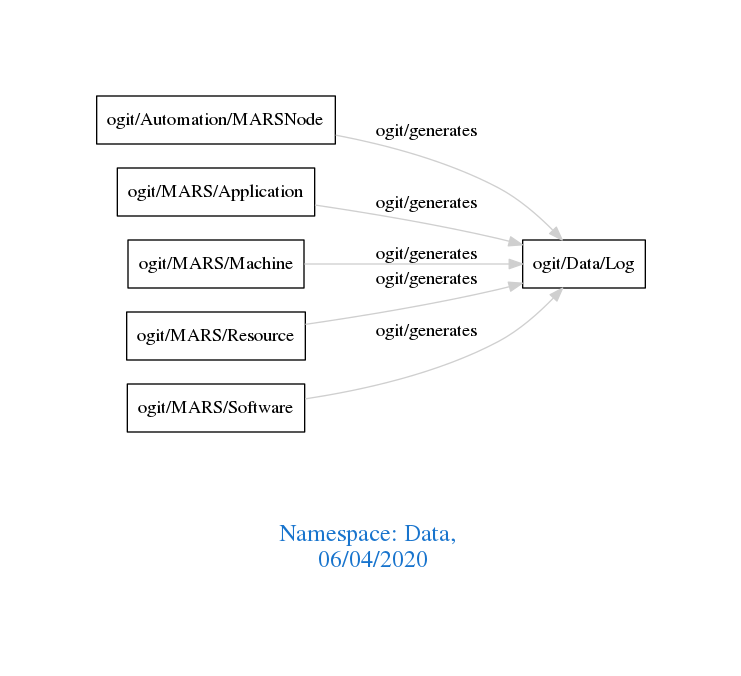
Before: downloads/Data.png, a diagram exported from Graphviz (arago/OGIT). Its source is kept beside it as downloads/Data.dot.
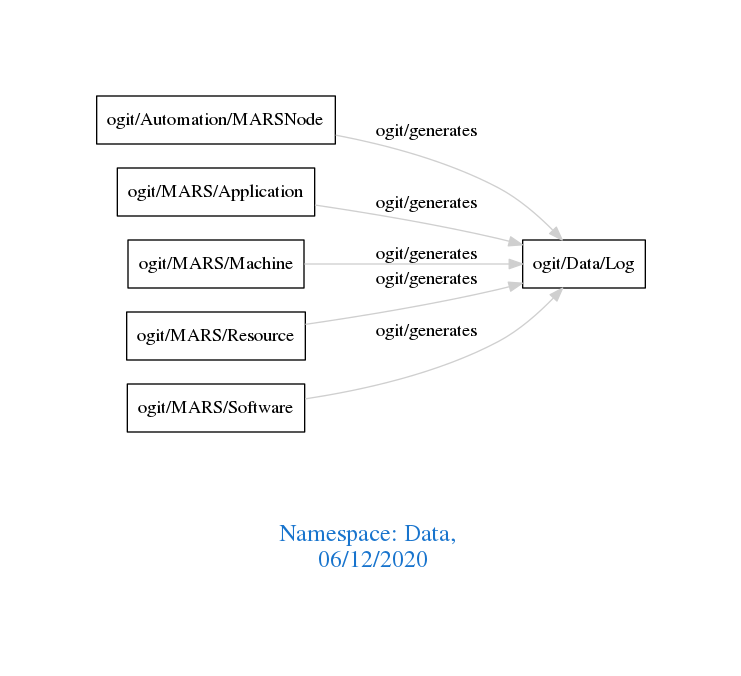
After the change.

The edit, as a diff of the source:
```diff
@@ -1,7 +1,7 @@
 digraph OGIT_ontology {
  graph [ rankdir= LR,pad=1
 fontsize = 18,
-fontcolor= dodgerblue3,label = "\n\n\nNamespace: Data, \n 06/04/2020"];
+fontcolor= dodgerblue3,label = "\n\n\nNamespace: Data, \n 06/12/2020"];
 node[shape=polygon];
 edge [  color="gray81"];
 
```
